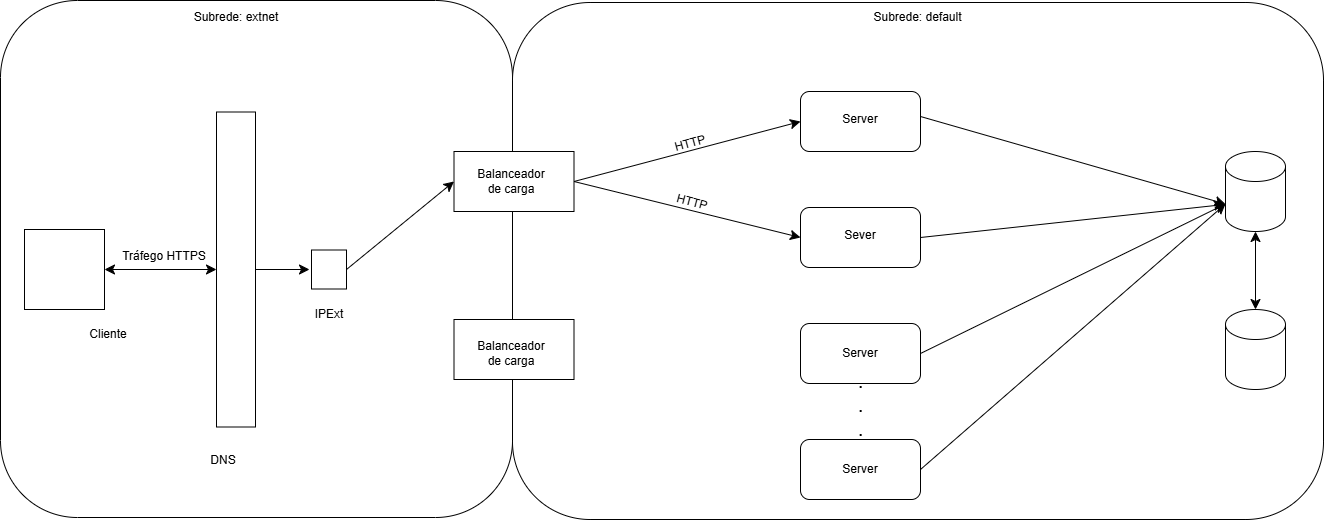
Above: Arquitetura.drawio.png in rayanssan/techthrift (draw.io), before the change. Source tidied: cells renumbered, new cells last; positions are measured from the earlier drawing's top-left corner, leaving out a move shared by most shapes.
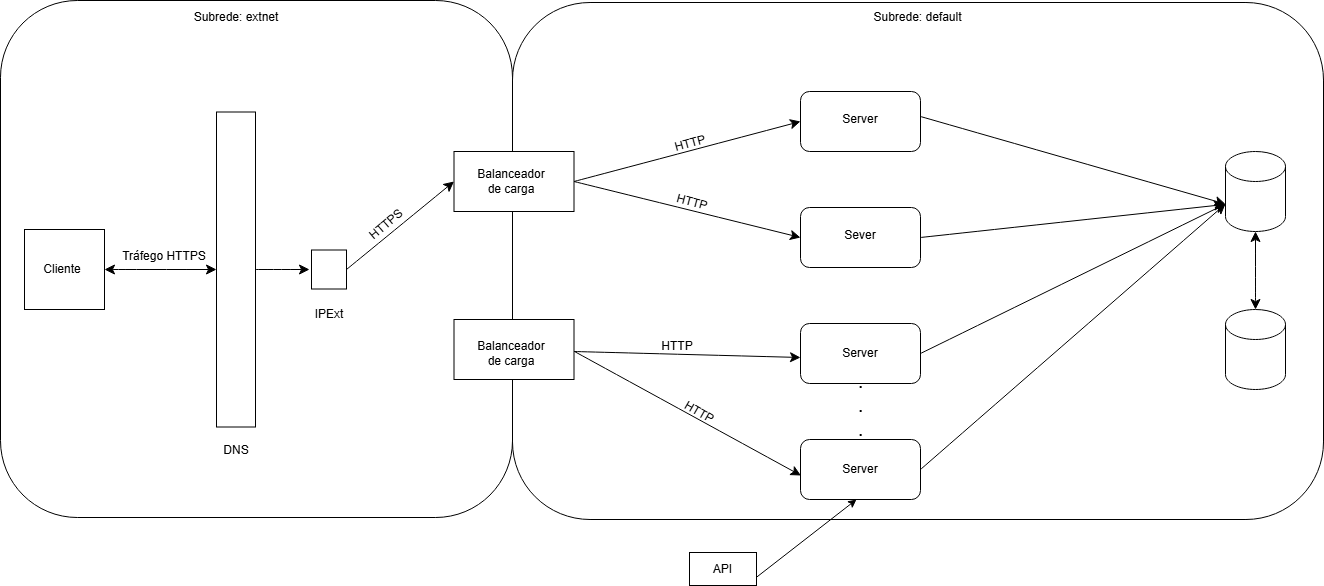
Later version of the same file.

What changed in the source:
```diff
@@ -84,10 +84,10 @@
       <mxGeometry x="481" y="338" width="60" height="30" as="geometry" />
     </mxCell>
     <mxCell id="27" value="DNS" style="text;html=1;align=center;verticalAlign=middle;whiteSpace=wrap;rounded=0;" parent="1" vertex="1">
-      <mxGeometry x="192.5" y="445" width="60" height="30" as="geometry" />
+      <mxGeometry x="205.5" y="435" width="60" height="30" as="geometry" />
     </mxCell>
     <mxCell id="28" value="Cliente" style="text;html=1;align=center;verticalAlign=middle;whiteSpace=wrap;rounded=0;" parent="1" vertex="1">
-      <mxGeometry x="78" y="319" width="60" height="30" as="geometry" />
+      <mxGeometry x="32" y="254" width="60" height="30" as="geometry" />
     </mxCell>
     <mxCell id="29" value="Server" style="text;html=1;align=center;verticalAlign=middle;whiteSpace=wrap;rounded=0;" parent="1" vertex="1">
       <mxGeometry x="830" y="104" width="60" height="30" as="geometry" />
@@ -122,5 +122,34 @@
     <mxCell id="39" value="Tráfego HTTPS" style="text;html=1;align=center;verticalAlign=middle;whiteSpace=wrap;rounded=0;" parent="1" vertex="1">
       <mxGeometry x="104" y="241" width="119.5" height="30" as="geometry" />
     </mxCell>
+    <mxCell id="40" style="endArrow=classic;html=1;rounded=0;fontSize=12;startSize=8;endSize=8;curved=1;exitX=1;exitY=0.5;exitDx=0;exitDy=0;entryX=0;entryY=0.5;entryDx=0;entryDy=0;" parent="1" edge="1">
+      <mxGeometry relative="1" as="geometry">
+        <mxPoint x="573.5" y="351" as="sourcePoint" />
+        <mxPoint x="800" y="357" as="targetPoint" />
+      </mxGeometry>
+    </mxCell>
+    <mxCell id="41" value="HTTP" style="text;html=1;align=center;verticalAlign=middle;whiteSpace=wrap;rounded=0;rotation=0;" parent="1" vertex="1">
+      <mxGeometry x="647" y="331" width="60" height="30" as="geometry" />
+    </mxCell>
+    <mxCell id="42" style="endArrow=classic;html=1;rounded=0;fontSize=12;startSize=8;endSize=8;curved=1;" parent="1" edge="1">
+      <mxGeometry relative="1" as="geometry">
+        <mxPoint x="574" y="351" as="sourcePoint" />
+        <mxPoint x="800.5" y="475" as="targetPoint" />
+      </mxGeometry>
+    </mxCell>
+    <mxCell id="43" value="HTTPS" style="text;html=1;align=center;verticalAlign=middle;whiteSpace=wrap;rounded=0;rotation=-40;" parent="1" vertex="1">
+      <mxGeometry x="356" y="209" width="60" height="30" as="geometry" />
+    </mxCell>
+    <mxCell id="44" value="API" style="rounded=0;whiteSpace=wrap;html=1;" parent="1" vertex="1">
+      <mxGeometry x="689" y="552" width="67" height="33" as="geometry" />
+    </mxCell>
+    <mxCell id="45" style="endArrow=classic;html=1;rounded=0;exitX=1;exitY=0.75;exitDx=0;exitDy=0;" parent="1" edge="1" source="44">
+      <mxGeometry relative="1" as="geometry">
+        <mxPoint x="856" y="499" as="targetPoint" />
+      </mxGeometry>
+    </mxCell>
+    <mxCell id="46" value="HTTP" style="text;html=1;align=center;verticalAlign=middle;whiteSpace=wrap;rounded=0;rotation=30;" parent="1" vertex="1">
+      <mxGeometry x="669" y="397" width="60" height="30" as="geometry" />
+    </mxCell>
   </root>
 </mxGraphModel>
```
